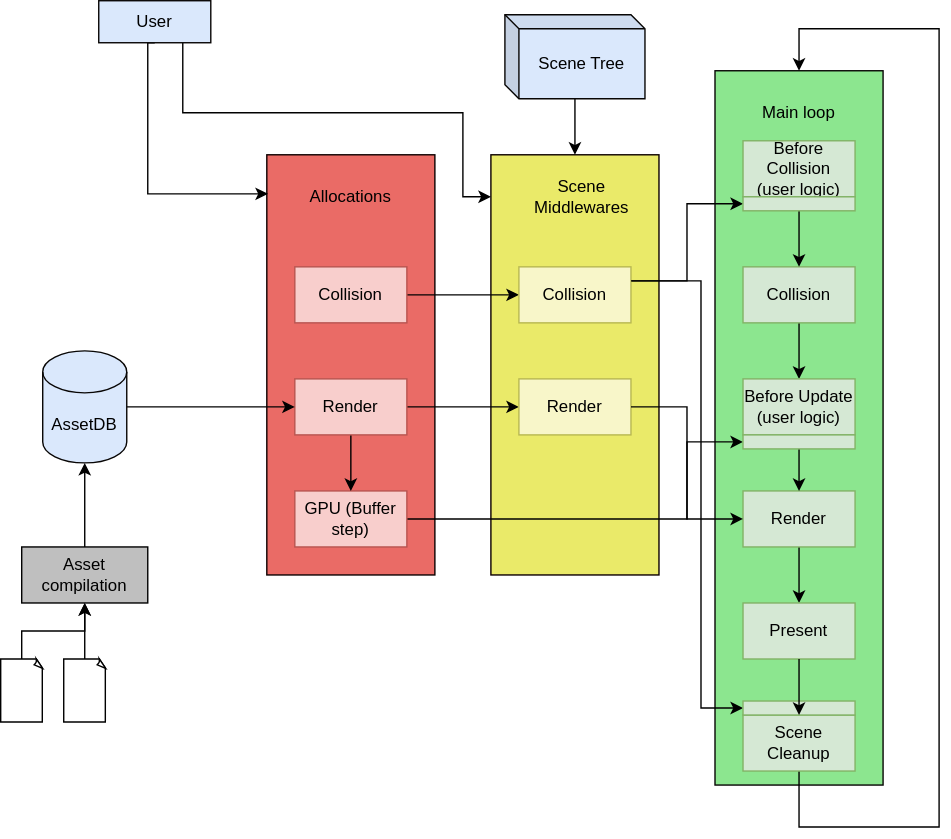
Before: doc/docs/architecture_overview/architecture_overview_execution.svg, a diagram exported from draw.io (ldalzotto/Engine). Source tidied: cells renumbered, new cells last; positions are measured from the earlier drawing's top-left corner, leaving out a move shared by most shapes.
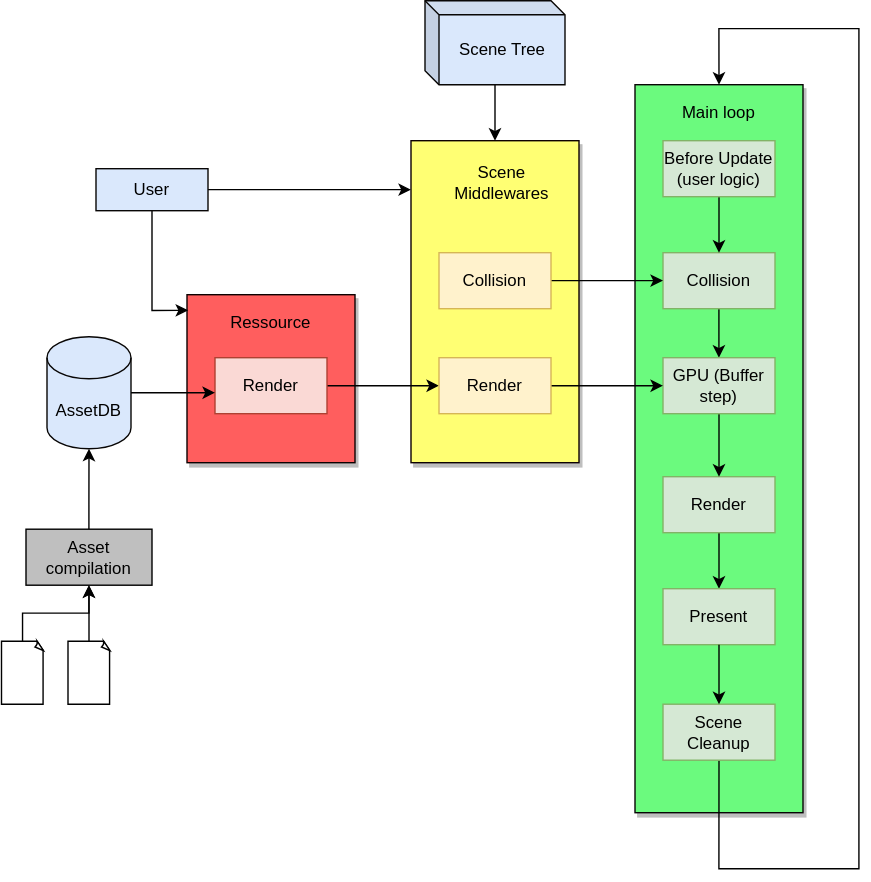
Later version of the same file.

Commit message:
Doc about ressource

Change to the diagram source:
```diff
@@ -2,178 +2,147 @@
   <root>
     <mxCell id="0" />
     <mxCell id="1" parent="0" />
-    <mxCell id="2" style="rounded=0;whiteSpace=wrap;html=1;strokeColor=#0D0101;fillColor=#EAEA69;" parent="1" vertex="1">
-      <mxGeometry x="350" y="110" width="120" height="300" as="geometry" />
-    </mxCell>
-    <mxCell id="3" style="rounded=0;whiteSpace=wrap;html=1;fillColor=#EA6B66;strokeColor=#0D0101;" parent="1" vertex="1">
-      <mxGeometry x="190" y="110" width="120" height="300" as="geometry" />
-    </mxCell>
-    <mxCell id="4" style="rounded=0;whiteSpace=wrap;html=1;fillColor=#8CE68F;strokeColor=#080605;" parent="1" vertex="1">
-      <mxGeometry x="510" y="50" width="120" height="510" as="geometry" />
-    </mxCell>
-    <mxCell id="5" style="edgeStyle=orthogonalEdgeStyle;rounded=0;jettySize=auto;html=1;" parent="1" edge="1" source="6" target="17">
-      <mxGeometry relative="1" as="geometry" />
-    </mxCell>
-    <mxCell id="6" value="Render" style="rounded=0;whiteSpace=wrap;html=1;fillColor=#d5e8d4;strokeColor=#82b366;" parent="1" vertex="1">
-      <mxGeometry x="530" y="350" width="80" height="40" as="geometry" />
-    </mxCell>
-    <mxCell id="7" style="edgeStyle=orthogonalEdgeStyle;rounded=0;jettySize=auto;html=1;" parent="1" edge="1" source="8" target="29">
-      <mxGeometry relative="1" as="geometry" />
-    </mxCell>
-    <mxCell id="8" value="Collision" style="rounded=0;whiteSpace=wrap;html=1;fillColor=#d5e8d4;strokeColor=#82b366;" parent="1" vertex="1">
-      <mxGeometry x="530" y="190" width="80" height="40" as="geometry" />
-    </mxCell>
-    <mxCell id="9" style="edgeStyle=orthogonalEdgeStyle;rounded=0;jettySize=auto;html=1;endArrow=classic;endFill=1;entryX=0;entryY=0.5;entryDx=0;entryDy=0;" parent="1" edge="1" source="10" target="31">
-      <mxGeometry relative="1" as="geometry">
-        <Array as="points">
-          <mxPoint x="490" y="370" />
-          <mxPoint x="490" y="315" />
-        </Array>
-      </mxGeometry>
-    </mxCell>
+    <mxCell id="48" style="rounded=0;whiteSpace=wrap;html=1;strokeColor=#0D0101;shadow=1;sketch=0;fillColor=#FFFF73;" parent="1" vertex="1">
+      <mxGeometry x="760" y="630" width="120" height="230" as="geometry" />
+    </mxCell>
+    <mxCell id="49" style="rounded=0;whiteSpace=wrap;html=1;strokeColor=#0D0101;shadow=1;sketch=0;fillColor=#FF5E5E;" parent="1" vertex="1">
+      <mxGeometry x="600" y="740" width="120" height="120" as="geometry" />
+    </mxCell>
+    <mxCell id="50" style="rounded=0;whiteSpace=wrap;html=1;strokeColor=#080605;shadow=1;fillColor=#6BFA7E;" parent="1" vertex="1">
+      <mxGeometry x="920" y="590" width="120" height="520" as="geometry" />
+    </mxCell>
+    <mxCell id="51" style="edgeStyle=orthogonalEdgeStyle;rounded=0;jettySize=auto;html=1;sketch=0;" parent="1" edge="1" source="52" target="17">
+      <mxGeometry relative="1" as="geometry" />
+    </mxCell>
+    <mxCell id="52" value="Render" style="rounded=0;whiteSpace=wrap;html=1;fillColor=#d5e8d4;strokeColor=#82b366;sketch=0;" parent="1" vertex="1">
+      <mxGeometry x="940" y="870" width="80" height="40" as="geometry" />
+    </mxCell>
+    <mxCell id="53" style="edgeStyle=orthogonalEdgeStyle;rounded=0;jumpStyle=arc;jettySize=auto;html=1;sketch=0;" parent="1" edge="1" source="54" target="10">
+      <mxGeometry relative="1" as="geometry" />
+    </mxCell>
+    <mxCell id="54" value="Collision" style="rounded=0;whiteSpace=wrap;html=1;fillColor=#d5e8d4;strokeColor=#82b366;sketch=0;glass=0;" parent="1" vertex="1">
+      <mxGeometry x="940" y="710" width="80" height="40" as="geometry" />
+    </mxCell>
+    <mxCell id="55" style="edgeStyle=orthogonalEdgeStyle;rounded=0;jumpStyle=arc;jettySize=auto;html=1;sketch=0;strokeColor=#000000;" parent="1" edge="1" source="10" target="52">
+      <mxGeometry relative="1" as="geometry" />
+    </mxCell>
-    <mxCell id="10" value="GPU (Buffer step)" style="rounded=0;whiteSpace=wrap;html=1;fillColor=#f8cecc;strokeColor=#b85450;" parent="1" vertex="1">
-      <mxGeometry x="210" y="350" width="80" height="40" as="geometry" />
+    <mxCell id="10" value="GPU (Buffer step)" style="rounded=0;whiteSpace=wrap;html=1;fillColor=#d5e8d4;strokeColor=#82b366;sketch=0;" parent="1" vertex="1">
+      <mxGeometry x="940" y="785" width="80" height="40" as="geometry" />
     </mxCell>
-    <mxCell id="11" style="edgeStyle=orthogonalEdgeStyle;rounded=0;jettySize=auto;html=1;" parent="1" edge="1" source="13" target="10">
-      <mxGeometry relative="1" as="geometry" />
-    </mxCell>
-    <mxCell id="12" style="edgeStyle=orthogonalEdgeStyle;rounded=0;jettySize=auto;html=1;" parent="1" edge="1" source="13" target="27">
-      <mxGeometry relative="1" as="geometry" />
-    </mxCell>
-    <mxCell id="13" value="Render" style="rounded=0;whiteSpace=wrap;html=1;fillColor=#f8cecc;strokeColor=#b85450;" parent="1" vertex="1">
-      <mxGeometry x="210" y="270" width="80" height="40" as="geometry" />
-    </mxCell>
-    <mxCell id="14" style="edgeStyle=orthogonalEdgeStyle;rounded=0;jettySize=auto;html=1;" parent="1" edge="1" source="15" target="25">
-      <mxGeometry relative="1" as="geometry" />
-    </mxCell>
-    <mxCell id="15" value="Collision" style="rounded=0;whiteSpace=wrap;html=1;fillColor=#f8cecc;strokeColor=#b85450;" parent="1" vertex="1">
-      <mxGeometry x="210" y="190" width="80" height="40" as="geometry" />
-    </mxCell>
-    <mxCell id="16" style="edgeStyle=orthogonalEdgeStyle;rounded=0;jettySize=auto;html=1;entryX=0.5;entryY=0;entryDx=0;entryDy=0;exitX=0.5;exitY=1;exitDx=0;exitDy=0;" parent="1" edge="1" source="35" target="4">
-      <mxGeometry relative="1" as="geometry">
-        <Array as="points">
-          <mxPoint x="570" y="590" />
-          <mxPoint x="670" y="590" />
-          <mxPoint x="670" y="20" />
-          <mxPoint x="570" y="20" />
-        </Array>
-      </mxGeometry>
-    </mxCell>
+    <mxCell id="56" style="edgeStyle=orthogonalEdgeStyle;rounded=0;jettySize=auto;html=1;entryX=0;entryY=0.5;entryDx=0;entryDy=0;sketch=0;strokeColor=#000000;" parent="1" edge="1" source="57" target="65">
+      <mxGeometry relative="1" as="geometry" />
+    </mxCell>
+    <mxCell id="57" value="Render" style="rounded=0;whiteSpace=wrap;html=1;fillColor=#fad9d5;strokeColor=#ae4132;sketch=0;" parent="1" vertex="1">
+      <mxGeometry x="620" y="785" width="80" height="40" as="geometry" />
+    </mxCell>
+    <mxCell id="58" style="edgeStyle=orthogonalEdgeStyle;rounded=0;jettySize=auto;html=1;entryX=0.5;entryY=0;entryDx=0;entryDy=0;exitX=0.5;exitY=1;exitDx=0;exitDy=0;" parent="1" edge="1" source="35" target="50">
+      <mxGeometry relative="1" as="geometry">
+        <Array as="points">
+          <mxPoint x="980" y="1150" />
+          <mxPoint x="1080" y="1150" />
+          <mxPoint x="1080" y="550" />
+          <mxPoint x="980" y="550" />
+        </Array>
+      </mxGeometry>
+    </mxCell>
-    <mxCell id="17" value="Present" style="rounded=0;whiteSpace=wrap;html=1;fillColor=#d5e8d4;strokeColor=#82b366;" parent="1" vertex="1">
-      <mxGeometry x="530" y="430" width="80" height="40" as="geometry" />
+    <mxCell id="17" value="Present" style="rounded=0;whiteSpace=wrap;html=1;strokeColor=#82b366;sketch=0;fillColor=#d5e8d4;" parent="1" vertex="1">
+      <mxGeometry x="940" y="950" width="80" height="40" as="geometry" />
     </mxCell>
-    <mxCell id="18" style="edgeStyle=orthogonalEdgeStyle;rounded=0;jettySize=auto;html=1;" parent="1" edge="1" source="28" target="13">
-      <mxGeometry relative="1" as="geometry" />
-    </mxCell>
+    <mxCell id="59" style="edgeStyle=orthogonalEdgeStyle;rounded=0;jettySize=auto;html=1;sketch=0;" parent="1" edge="1" source="28" target="57">
+      <mxGeometry relative="1" as="geometry">
+        <Array as="points">
+          <mxPoint x="550" y="805" />
+          <mxPoint x="550" y="805" />
+        </Array>
+      </mxGeometry>
+    </mxCell>
-    <mxCell id="19" value="Main loop" style="text;html=1;strokeColor=none;fillColor=none;align=center;verticalAlign=middle;whiteSpace=wrap;rounded=0;" parent="1" vertex="1">
-      <mxGeometry x="540" y="70" width="60" height="20" as="geometry" />
+    <mxCell id="19" value="Main loop" style="text;html=1;strokeColor=none;fillColor=none;align=center;verticalAlign=middle;whiteSpace=wrap;rounded=0;sketch=0;" parent="1" vertex="1">
+      <mxGeometry x="950" y="600" width="60" height="20" as="geometry" />
     </mxCell>
-    <mxCell id="20" value="Allocations" style="text;html=1;strokeColor=none;fillColor=none;align=center;verticalAlign=middle;whiteSpace=wrap;rounded=0;" parent="1" vertex="1">
-      <mxGeometry x="205" y="130" width="90" height="20" as="geometry" />
-    </mxCell>
-    <mxCell id="21" style="edgeStyle=orthogonalEdgeStyle;rounded=0;jettySize=auto;html=1;" parent="1" edge="1" source="22" target="2">
-      <mxGeometry relative="1" as="geometry" />
-    </mxCell>
+    <mxCell id="60" value="Ressource" style="text;html=1;strokeColor=none;fillColor=none;align=center;verticalAlign=middle;whiteSpace=wrap;rounded=0;sketch=0;" parent="1" vertex="1">
+      <mxGeometry x="615" y="750" width="90" height="20" as="geometry" />
+    </mxCell>
+    <mxCell id="61" style="edgeStyle=orthogonalEdgeStyle;rounded=0;jettySize=auto;html=1;sketch=0;" parent="1" edge="1" source="22" target="48">
+      <mxGeometry relative="1" as="geometry" />
+    </mxCell>
     <mxCell id="22" value="Scene Tree" style="shape=cube;whiteSpace=wrap;html=1;boundedLbl=1;backgroundOutline=1;darkOpacity=0.05;darkOpacity2=0.1;strokeColor=#080605;fillColor=#DAE8FC;size=10;" parent="1" vertex="1">
-      <mxGeometry x="360" y="10" width="100" height="60" as="geometry" />
+      <mxGeometry x="770" y="530" width="100" height="60" as="geometry" />
     </mxCell>
-    <mxCell id="23" value="Scene Middlewares" style="text;html=1;strokeColor=none;fillColor=none;align=center;verticalAlign=middle;whiteSpace=wrap;rounded=0;" parent="1" vertex="1">
-      <mxGeometry x="370" y="130" width="90" height="20" as="geometry" />
+    <mxCell id="23" value="Scene Middlewares" style="text;html=1;strokeColor=none;fillColor=none;align=center;verticalAlign=middle;whiteSpace=wrap;rounded=0;sketch=0;" parent="1" vertex="1">
+      <mxGeometry x="780" y="650" width="90" height="20" as="geometry" />
     </mxCell>
-    <mxCell id="24" style="edgeStyle=orthogonalEdgeStyle;rounded=0;jettySize=auto;html=1;exitX=1;exitY=0.25;exitDx=0;exitDy=0;entryX=0;entryY=0.5;entryDx=0;entryDy=0;" parent="1" edge="1" source="25" target="34">
-      <mxGeometry relative="1" as="geometry" />
-    </mxCell>
-    <mxCell id="25" value="Collision" style="rounded=0;whiteSpace=wrap;html=1;fillColor=#F8F6C9;strokeColor=#B8B851;" parent="1" vertex="1">
-      <mxGeometry x="370" y="190" width="80" height="40" as="geometry" />
-    </mxCell>
-    <mxCell id="26" style="edgeStyle=orthogonalEdgeStyle;rounded=0;jettySize=auto;html=1;" parent="1" edge="1" source="29" target="6">
-      <mxGeometry relative="1" as="geometry" />
-    </mxCell>
-    <mxCell id="27" value="Render" style="rounded=0;whiteSpace=wrap;html=1;fillColor=#F8F6C9;strokeColor=#B8B851;" parent="1" vertex="1">
-      <mxGeometry x="370" y="270" width="80" height="40" as="geometry" />
-    </mxCell>
+    <mxCell id="62" style="edgeStyle=orthogonalEdgeStyle;rounded=0;jumpStyle=arc;jettySize=auto;html=1;sketch=0;strokeColor=#000000;" parent="1" edge="1" source="63" target="54">
+      <mxGeometry relative="1" as="geometry">
+        <Array as="points">
+          <mxPoint x="920" y="730" />
+          <mxPoint x="920" y="730" />
+        </Array>
+      </mxGeometry>
+    </mxCell>
+    <mxCell id="63" value="Collision" style="rounded=0;whiteSpace=wrap;html=1;fillColor=#fff2cc;strokeColor=#d6b656;sketch=0;" parent="1" vertex="1">
+      <mxGeometry x="780" y="710" width="80" height="40" as="geometry" />
+    </mxCell>
+    <mxCell id="64" style="edgeStyle=orthogonalEdgeStyle;rounded=0;jumpStyle=arc;jettySize=auto;html=1;entryX=0;entryY=0.5;entryDx=0;entryDy=0;sketch=0;strokeColor=#000000;" parent="1" edge="1" source="65" target="10">
+      <mxGeometry relative="1" as="geometry">
+        <Array as="points">
+          <mxPoint x="880" y="805" />
+          <mxPoint x="880" y="805" />
+        </Array>
+      </mxGeometry>
+    </mxCell>
+    <mxCell id="65" value="Render" style="rounded=0;whiteSpace=wrap;html=1;fillColor=#fff2cc;strokeColor=#d6b656;sketch=0;" parent="1" vertex="1">
+      <mxGeometry x="780" y="785" width="80" height="40" as="geometry" />
+    </mxCell>
-    <mxCell id="28" value="AssetDB" style="shape=cylinder3;whiteSpace=wrap;html=1;boundedLbl=1;backgroundOutline=1;size=15;strokeColor=#080605;fillColor=#DAE8FC;" parent="1" vertex="1">
-      <mxGeometry x="30" y="250" width="60" height="80" as="geometry" />
+    <mxCell id="28" value="AssetDB" style="shape=cylinder3;whiteSpace=wrap;html=1;boundedLbl=1;backgroundOutline=1;size=15;strokeColor=#080605;fillColor=#DAE8FC;shadow=0;sketch=0;" parent="1" vertex="1">
+      <mxGeometry x="500" y="770" width="60" height="80" as="geometry" />
     </mxCell>
+    <mxCell id="66" style="edgeStyle=orthogonalEdgeStyle;rounded=0;jettySize=auto;html=1;sketch=0;" parent="1" edge="1" source="29" target="54">
+      <mxGeometry relative="1" as="geometry" />
+    </mxCell>
-    <mxCell id="29" value="Before Update&lt;br&gt;(user logic)" style="rounded=0;whiteSpace=wrap;html=1;fillColor=#d5e8d4;strokeColor=#82b366;" parent="1" vertex="1">
-      <mxGeometry x="530" y="270" width="80" height="40" as="geometry" />
+    <mxCell id="29" value="Before Update&lt;br&gt;(user logic)" style="rounded=0;whiteSpace=wrap;html=1;fillColor=#d5e8d4;strokeColor=#82b366;sketch=0;" parent="1" vertex="1">
+      <mxGeometry x="940" y="630" width="80" height="40" as="geometry" />
     </mxCell>
-    <mxCell id="30" style="edgeStyle=orthogonalEdgeStyle;rounded=0;jettySize=auto;html=1;" parent="1" edge="1" source="27">
-      <mxGeometry relative="1" as="geometry">
-        <mxPoint x="530" y="370" as="targetPoint" />
-        <Array as="points">
-          <mxPoint x="490" y="290" />
-          <mxPoint x="490" y="370" />
-          <mxPoint x="530" y="370" />
-        </Array>
-      </mxGeometry>
-    </mxCell>
-    <mxCell id="31" style="rounded=0;whiteSpace=wrap;html=1;strokeColor=#82b366;fillColor=#d5e8d4;" parent="1" vertex="1">
-      <mxGeometry x="530" y="310" width="80" height="10" as="geometry" />
-    </mxCell>
-    <mxCell id="32" style="edgeStyle=orthogonalEdgeStyle;rounded=0;jettySize=auto;html=1;" parent="1" edge="1" source="33" target="8">
-      <mxGeometry relative="1" as="geometry" />
-    </mxCell>
-    <mxCell id="33" value="Before Collision&lt;br&gt;(user logic)" style="rounded=0;whiteSpace=wrap;html=1;fillColor=#d5e8d4;strokeColor=#82b366;" parent="1" vertex="1">
-      <mxGeometry x="530" y="100" width="80" height="40" as="geometry" />
-    </mxCell>
-    <mxCell id="34" style="rounded=0;whiteSpace=wrap;html=1;strokeColor=#82b366;fillColor=#d5e8d4;" parent="1" vertex="1">
-      <mxGeometry x="530" y="140" width="80" height="10" as="geometry" />
-    </mxCell>
-    <mxCell id="35" value="Scene Cleanup" style="rounded=0;whiteSpace=wrap;html=1;fillColor=#d5e8d4;strokeColor=#82b366;" parent="1" vertex="1">
-      <mxGeometry x="530" y="510" width="80" height="40" as="geometry" />
+    <mxCell id="35" value="Scene Cleanup" style="rounded=0;whiteSpace=wrap;html=1;fillColor=#d5e8d4;strokeColor=#82b366;sketch=0;" parent="1" vertex="1">
+      <mxGeometry x="940" y="1032.5" width="80" height="40" as="geometry" />
     </mxCell>
-    <mxCell id="36" style="edgeStyle=orthogonalEdgeStyle;rounded=0;jettySize=auto;html=1;entryX=0.007;entryY=0.093;entryDx=0;entryDy=0;entryPerimeter=0;exitX=0.5;exitY=1;exitDx=0;exitDy=0;" parent="1" edge="1" source="38" target="3">
-      <mxGeometry relative="1" as="geometry">
-        <Array as="points">
-          <mxPoint x="105" y="30" />
-          <mxPoint x="105" y="138" />
-        </Array>
-      </mxGeometry>
-    </mxCell>
-    <mxCell id="37" style="edgeStyle=orthogonalEdgeStyle;rounded=0;jettySize=auto;html=1;exitX=0.75;exitY=1;exitDx=0;exitDy=0;entryX=0;entryY=0.1;entryDx=0;entryDy=0;entryPerimeter=0;" parent="1" edge="1" source="38" target="2">
-      <mxGeometry relative="1" as="geometry">
-        <Array as="points">
-          <mxPoint x="130" y="80" />
-          <mxPoint x="330" y="80" />
-          <mxPoint x="330" y="140" />
-        </Array>
-      </mxGeometry>
-    </mxCell>
+    <mxCell id="67" style="edgeStyle=orthogonalEdgeStyle;rounded=0;jettySize=auto;html=1;entryX=0.007;entryY=0.093;entryDx=0;entryDy=0;entryPerimeter=0;exitX=0.5;exitY=1;exitDx=0;exitDy=0;sketch=0;" parent="1" edge="1" source="38" target="49">
+      <mxGeometry relative="1" as="geometry">
+        <Array as="points">
+          <mxPoint x="575" y="751" />
+        </Array>
+      </mxGeometry>
+    </mxCell>
+    <mxCell id="68" style="edgeStyle=orthogonalEdgeStyle;rounded=0;jumpStyle=arc;jettySize=auto;html=1;entryX=0;entryY=0.152;entryDx=0;entryDy=0;entryPerimeter=0;sketch=0;" parent="1" edge="1" source="38" target="48">
+      <mxGeometry relative="1" as="geometry" />
+    </mxCell>
-    <mxCell id="38" value="User" style="whiteSpace=wrap;html=1;strokeColor=#080605;fillColor=#DAE8FC;align=center;" parent="1" vertex="1">
-      <mxGeometry x="70" width="80" height="30" as="geometry" />
+    <mxCell id="38" value="User" style="whiteSpace=wrap;html=1;strokeColor=#080605;fillColor=#DAE8FC;align=center;sketch=0;" parent="1" vertex="1">
+      <mxGeometry x="535" y="650" width="80" height="30" as="geometry" />
     </mxCell>
-    <mxCell id="39" style="edgeStyle=orthogonalEdgeStyle;rounded=0;jettySize=auto;html=1;entryX=0;entryY=0.5;entryDx=0;entryDy=0;exitX=1;exitY=0.25;exitDx=0;exitDy=0;" parent="1" edge="1" source="25" target="40">
-      <mxGeometry relative="1" as="geometry">
-        <Array as="points">
-          <mxPoint x="500" y="200" />
-          <mxPoint x="500" y="505" />
-        </Array>
-      </mxGeometry>
-    </mxCell>
-    <mxCell id="40" style="rounded=0;whiteSpace=wrap;html=1;strokeColor=#82b366;fillColor=#d5e8d4;" parent="1" vertex="1">
-      <mxGeometry x="530" y="500" width="80" height="10" as="geometry" />
-    </mxCell>
-    <mxCell id="41" style="edgeStyle=orthogonalEdgeStyle;rounded=0;jettySize=auto;html=1;" parent="1" edge="1" source="17" target="35">
+    <mxCell id="41" style="edgeStyle=orthogonalEdgeStyle;rounded=0;jettySize=auto;html=1;sketch=0;" parent="1" edge="1" source="17" target="35">
       <mxGeometry relative="1" as="geometry" />
     </mxCell>
-    <mxCell id="42" style="edgeStyle=orthogonalEdgeStyle;rounded=0;jettySize=auto;html=1;entryX=0.5;entryY=1;entryDx=0;entryDy=0;entryPerimeter=0;" parent="1" edge="1" source="43" target="28">
-      <mxGeometry relative="1" as="geometry" />
+    <mxCell id="42" style="edgeStyle=orthogonalEdgeStyle;rounded=0;jettySize=auto;html=1;entryX=0.5;entryY=1;entryDx=0;entryDy=0;entryPerimeter=0;sketch=0;" parent="1" edge="1" source="43" target="28">
+      <mxGeometry relative="1" as="geometry">
+        <Array as="points">
+          <mxPoint x="530" y="890" />
+          <mxPoint x="530" y="890" />
+        </Array>
+      </mxGeometry>
     </mxCell>
-    <mxCell id="43" value="Asset compilation" style="rounded=0;whiteSpace=wrap;html=1;strokeColor=#000000;align=center;fillColor=#BFBFBF;" parent="1" vertex="1">
-      <mxGeometry x="15" y="390" width="90" height="40" as="geometry" />
+    <mxCell id="43" value="Asset compilation" style="rounded=0;whiteSpace=wrap;html=1;strokeColor=#000000;align=center;fillColor=#BFBFBF;sketch=0;" parent="1" vertex="1">
+      <mxGeometry x="485" y="907.5" width="90" height="40" as="geometry" />
     </mxCell>
-    <mxCell id="44" style="edgeStyle=orthogonalEdgeStyle;rounded=0;jettySize=auto;html=1;" parent="1" edge="1" source="45" target="43">
-      <mxGeometry relative="1" as="geometry" />
-    </mxCell>
-    <mxCell id="45" style="whiteSpace=wrap;html=1;shape=mxgraph.basic.document;align=left;" parent="1" vertex="1">
-      <mxGeometry y="470" width="30" height="45" as="geometry" />
-    </mxCell>
-    <mxCell id="46" style="edgeStyle=orthogonalEdgeStyle;rounded=0;jettySize=auto;html=1;" parent="1" edge="1" source="47" target="43">
-      <mxGeometry relative="1" as="geometry" />
-    </mxCell>
-    <mxCell id="47" style="whiteSpace=wrap;html=1;shape=mxgraph.basic.document;align=left;" parent="1" vertex="1">
-      <mxGeometry x="45" y="470" width="30" height="45" as="geometry" />
-    </mxCell>
+    <mxCell id="69" style="edgeStyle=orthogonalEdgeStyle;rounded=0;jettySize=auto;html=1;sketch=0;" parent="1" edge="1" source="70" target="43">
+      <mxGeometry relative="1" as="geometry" />
+    </mxCell>
+    <mxCell id="70" style="whiteSpace=wrap;html=1;shape=mxgraph.basic.document;align=left;sketch=0;" parent="1" vertex="1">
+      <mxGeometry x="467.5" y="987.5" width="30" height="45" as="geometry" />
+    </mxCell>
+    <mxCell id="71" style="edgeStyle=orthogonalEdgeStyle;rounded=0;jettySize=auto;html=1;sketch=0;" parent="1" edge="1" source="72" target="43">
+      <mxGeometry relative="1" as="geometry" />
+    </mxCell>
+    <mxCell id="72" style="whiteSpace=wrap;html=1;shape=mxgraph.basic.document;align=left;sketch=0;" parent="1" vertex="1">
+      <mxGeometry x="515" y="987.5" width="30" height="45" as="geometry" />
+    </mxCell>
   </root>
 </mxGraphModel>
```
